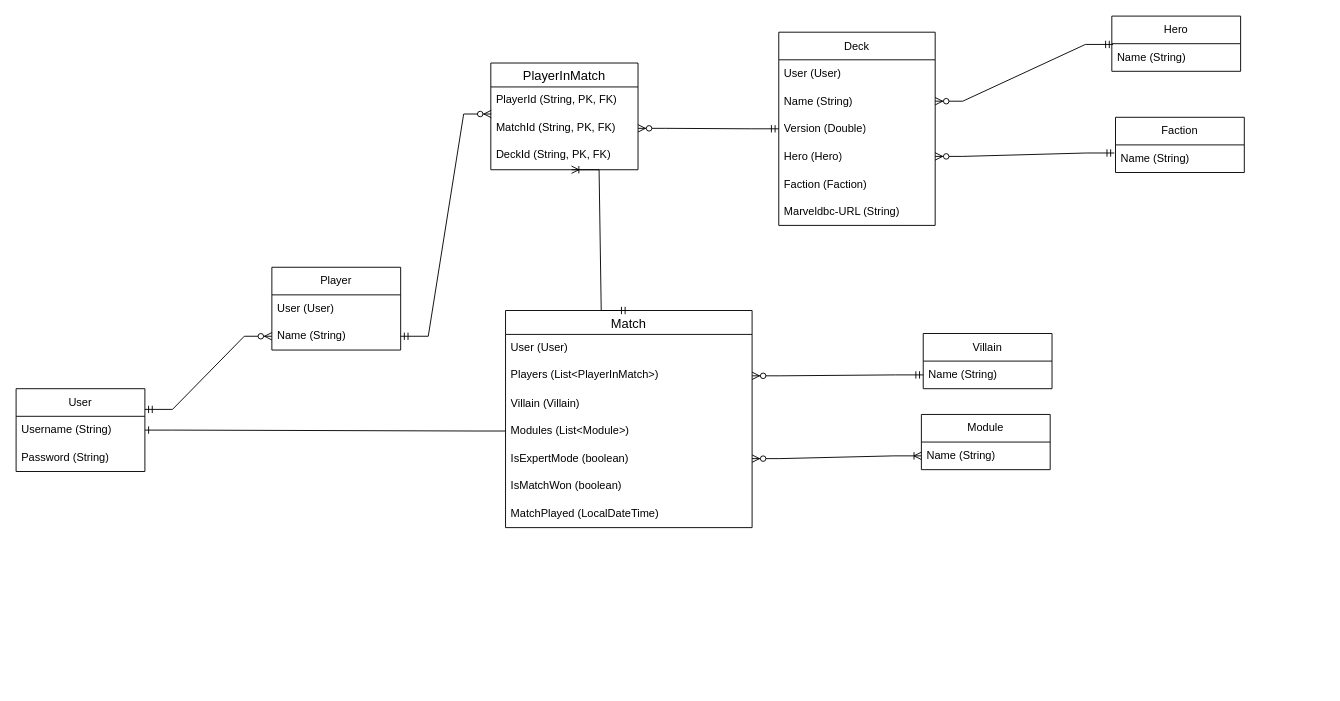
Above: page "DataModels" (1 of 2) of MarvelChampionsMatchTracker.drawio in zaktaw/MarvelChampionsMatchTracker (draw.io), before the change. Source tidied: cells renumbered, new cells numbered last; positions are measured from the earlier drawing's top-left corner, leaving out a move shared by most shapes. Both pictures are drawn from the tidied source at 92%, with x=0, y=0 at pixel (16, 16).
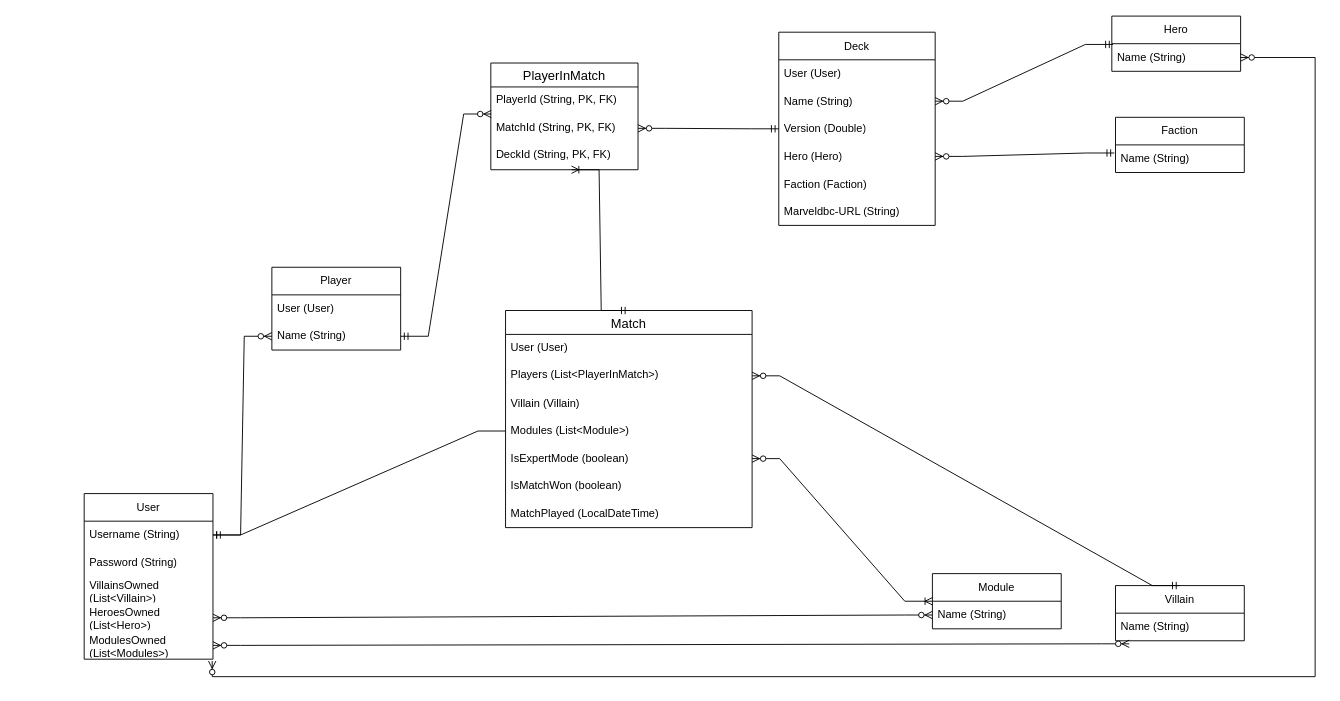
Above is the later version.

Unchanged cells that the change refers to:
```xml
<mxCell id="6" value="Name (String)" style="text;strokeColor=none;fillColor=none;align=left;verticalAlign=middle;spacingLeft=4;spacingRight=4;overflow=hidden;points=[[0,0.5],[1,0.5]];portConstraint=eastwest;whiteSpace=wrap;html=1;" parent="5" vertex="1">
  <mxGeometry y="30" width="140" height="30" as="geometry" />
</mxCell>
<mxCell id="8" value="Name (String)" style="text;strokeColor=none;fillColor=none;align=left;verticalAlign=middle;spacingLeft=4;spacingRight=4;overflow=hidden;points=[[0,0.5],[1,0.5]];portConstraint=eastwest;whiteSpace=wrap;html=1;" parent="7" vertex="1">
  <mxGeometry y="30" width="140" height="30" as="geometry" />
</mxCell>
<mxCell id="13" value="Name (String)" style="text;strokeColor=none;fillColor=none;align=left;verticalAlign=middle;spacingLeft=4;spacingRight=4;overflow=hidden;points=[[0,0.5],[1,0.5]];portConstraint=eastwest;whiteSpace=wrap;html=1;" parent="12" vertex="1">
  <mxGeometry y="30" width="140" height="30" as="geometry" />
</mxCell>
<mxCell id="36" value="Players (List&amp;lt;PlayerInMatch&amp;gt;)" style="text;strokeColor=none;fillColor=none;spacingLeft=4;spacingRight=4;overflow=hidden;points=[[0,0.5],[1,0.5]];portConstraint=eastwest;fontSize=12;whiteSpace=wrap;html=1;" parent="34" vertex="1">
  <mxGeometry y="56" width="268" height="30" as="geometry" />
</mxCell>
<mxCell id="39" value="IsExpertMode (boolean)" style="text;strokeColor=none;fillColor=none;align=left;verticalAlign=middle;spacingLeft=4;spacingRight=4;overflow=hidden;points=[[0,0.5],[1,0.5]];portConstraint=eastwest;whiteSpace=wrap;html=1;" parent="34" vertex="1">
  <mxGeometry y="146" width="268" height="30" as="geometry" />
</mxCell>
```

Diff of the diagram source:
```diff
@@
     <mxCell id="2" value="User" style="swimlane;fontStyle=0;horizontal=1;startSize=30;whiteSpace=wrap;html=1;" parent="1" vertex="1">
-      <mxGeometry y="405" width="140" height="90" as="geometry" />
+      <mxGeometry x="74" y="519" width="140" height="180" as="geometry" />
     </mxCell>
@@
+    <mxCell id="44" value="VillainsOwned (List&amp;lt;Villain&amp;gt;)" style="text;strokeColor=none;fillColor=none;align=left;verticalAlign=middle;spacingLeft=4;spacingRight=4;overflow=hidden;whiteSpace=wrap;html=1;" parent="2" vertex="1">
+      <mxGeometry y="90" width="140" height="30" as="geometry" />
+    </mxCell>
+    <mxCell id="45" value="HeroesOwned (List&amp;lt;Hero&amp;gt;)" style="text;strokeColor=none;fillColor=none;align=left;verticalAlign=middle;spacingLeft=4;spacingRight=4;overflow=hidden;points=[[0,0.5],[1,0.5]];portConstraint=eastwest;whiteSpace=wrap;html=1;" parent="2" vertex="1">
+      <mxGeometry y="120" width="140" height="30" as="geometry" />
+    </mxCell>
+    <mxCell id="46" value="ModulesOwned (List&amp;lt;Modules&amp;gt;)" style="text;strokeColor=none;fillColor=none;align=left;verticalAlign=middle;spacingLeft=4;spacingRight=4;overflow=hidden;points=[[0,0.5],[1,0.5]];portConstraint=eastwest;whiteSpace=wrap;html=1;" parent="2" vertex="1">
+      <mxGeometry y="150" width="140" height="30" as="geometry" />
+    </mxCell>
     <mxCell id="5" value="Villain" style="swimlane;fontStyle=0;horizontal=1;startSize=30;whiteSpace=wrap;html=1;" parent="1" vertex="1">
-      <mxGeometry x="986" y="345" width="140" height="60" as="geometry" />
+      <mxGeometry x="1195" y="619" width="140" height="60" as="geometry" />
     </mxCell>
@@
     <mxCell id="7" value="Module" style="swimlane;fontStyle=0;horizontal=1;startSize=30;whiteSpace=wrap;html=1;" parent="1" vertex="1">
-      <mxGeometry x="984" y="433" width="140" height="60" as="geometry" />
+      <mxGeometry x="996" y="606" width="140" height="60" as="geometry" />
     </mxCell>
@@
-    <mxCell id="26" style="edgeStyle=entityRelationEdgeStyle;fontSize=12;html=1;endArrow=ERzeroToMany;startArrow=ERmandOne;rounded=0;exitX=0;exitY=0.5;exitDx=0;exitDy=0;entryX=1;entryY=0.5;entryDx=0;entryDy=0;" parent="1" edge="1" source="6" target="36">
+    <mxCell id="26" style="edgeStyle=entityRelationEdgeStyle;fontSize=12;html=1;endArrow=ERzeroToMany;startArrow=ERmandOne;rounded=0;entryX=1;entryY=0.5;entryDx=0;entryDy=0;exitX=0.5;exitY=0;exitDx=0;exitDy=0;" parent="1" edge="1" source="5" target="36">
       <mxGeometry relative="1" as="geometry" />
     </mxCell>
-    <mxCell id="27" style="edgeStyle=entityRelationEdgeStyle;fontSize=12;html=1;endArrow=ERoneToMany;endFill=0;startArrow=ERzeroToMany;rounded=0;exitX=1;exitY=0.5;exitDx=0;exitDy=0;entryX=0;entryY=0.5;entryDx=0;entryDy=0;" parent="1" edge="1" source="39" target="8">
+    <mxCell id="27" style="edgeStyle=entityRelationEdgeStyle;fontSize=12;html=1;endArrow=ERoneToMany;endFill=0;startArrow=ERzeroToMany;rounded=0;exitX=1;exitY=0.5;exitDx=0;exitDy=0;entryX=0;entryY=0.5;entryDx=0;entryDy=0;" parent="1" edge="1" source="39" target="7">
       <mxGeometry relative="1" as="geometry" />
     </mxCell>
@@
+    <mxCell id="47" style="edgeStyle=entityRelationEdgeStyle;fontSize=12;html=1;endArrow=ERzeroToMany;endFill=1;startArrow=ERzeroToMany;rounded=0;exitX=1;exitY=0.5;exitDx=0;exitDy=0;entryX=0;entryY=0.5;entryDx=0;entryDy=0;" parent="1" edge="1" source="45" target="8">
+      <mxGeometry relative="1" as="geometry" />
+    </mxCell>
+    <mxCell id="48" style="edgeStyle=entityRelationEdgeStyle;fontSize=12;html=1;endArrow=ERzeroToMany;endFill=1;startArrow=ERzeroToMany;rounded=0;exitX=1;exitY=0.5;exitDx=0;exitDy=0;entryX=0.107;entryY=1.11;entryDx=0;entryDy=0;entryPerimeter=0;" parent="1" edge="1" source="46" target="6">
+      <mxGeometry relative="1" as="geometry" />
+    </mxCell>
+    <mxCell id="49" style="edgeStyle=orthogonalEdgeStyle;fontSize=12;html=1;endArrow=ERzeroToMany;endFill=1;startArrow=ERzeroToMany;rounded=0;exitX=0.994;exitY=1.067;exitDx=0;exitDy=0;exitPerimeter=0;entryX=1;entryY=0.5;entryDx=0;entryDy=0;" parent="1" edge="1" source="46" target="13">
+      <mxGeometry relative="1" as="geometry">
+        <Array as="points">
+          <mxPoint x="213" y="718" />
+          <mxPoint x="1412" y="718" />
+          <mxPoint x="1412" y="45" />
+        </Array>
+      </mxGeometry>
+    </mxCell>
```
